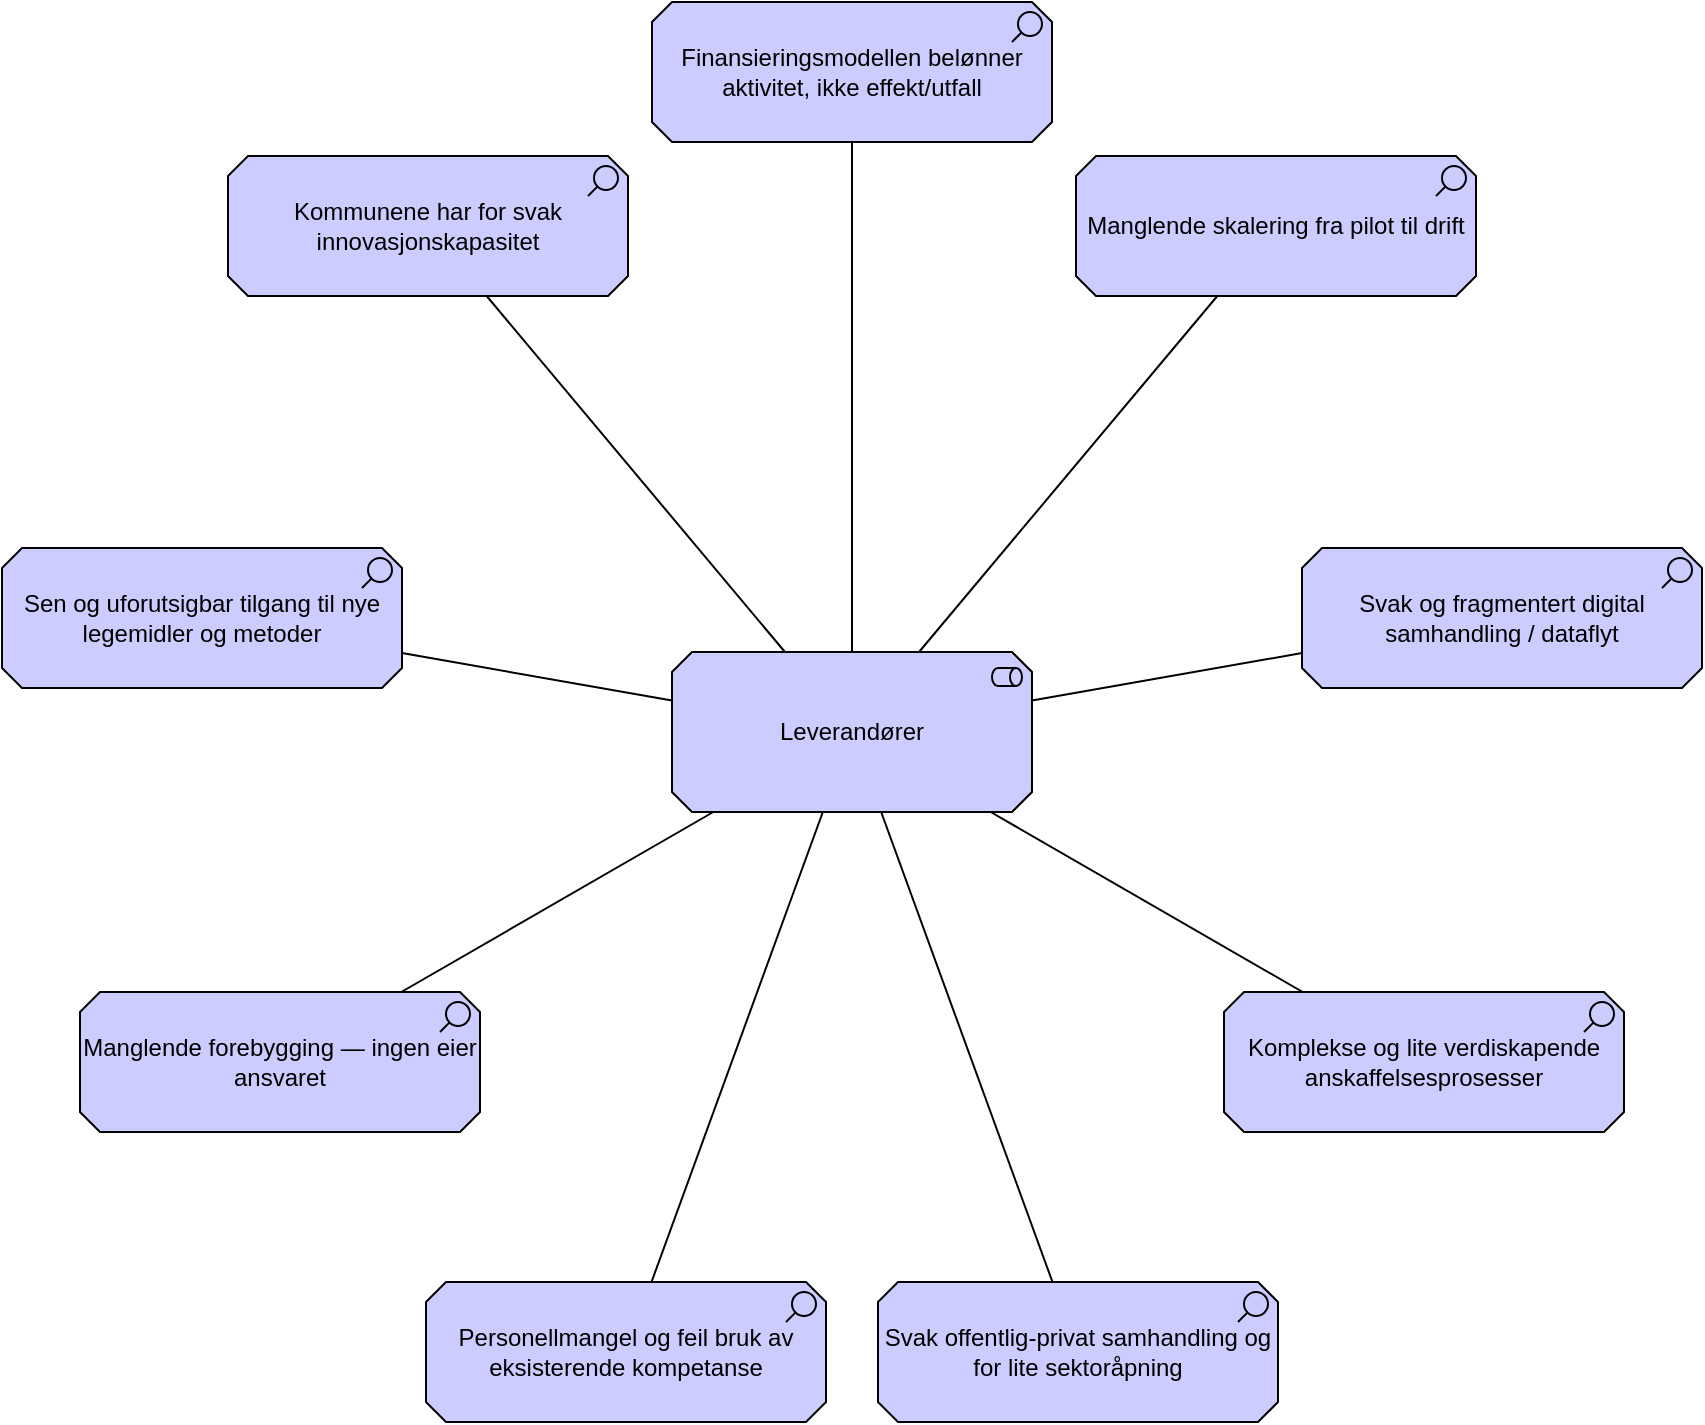
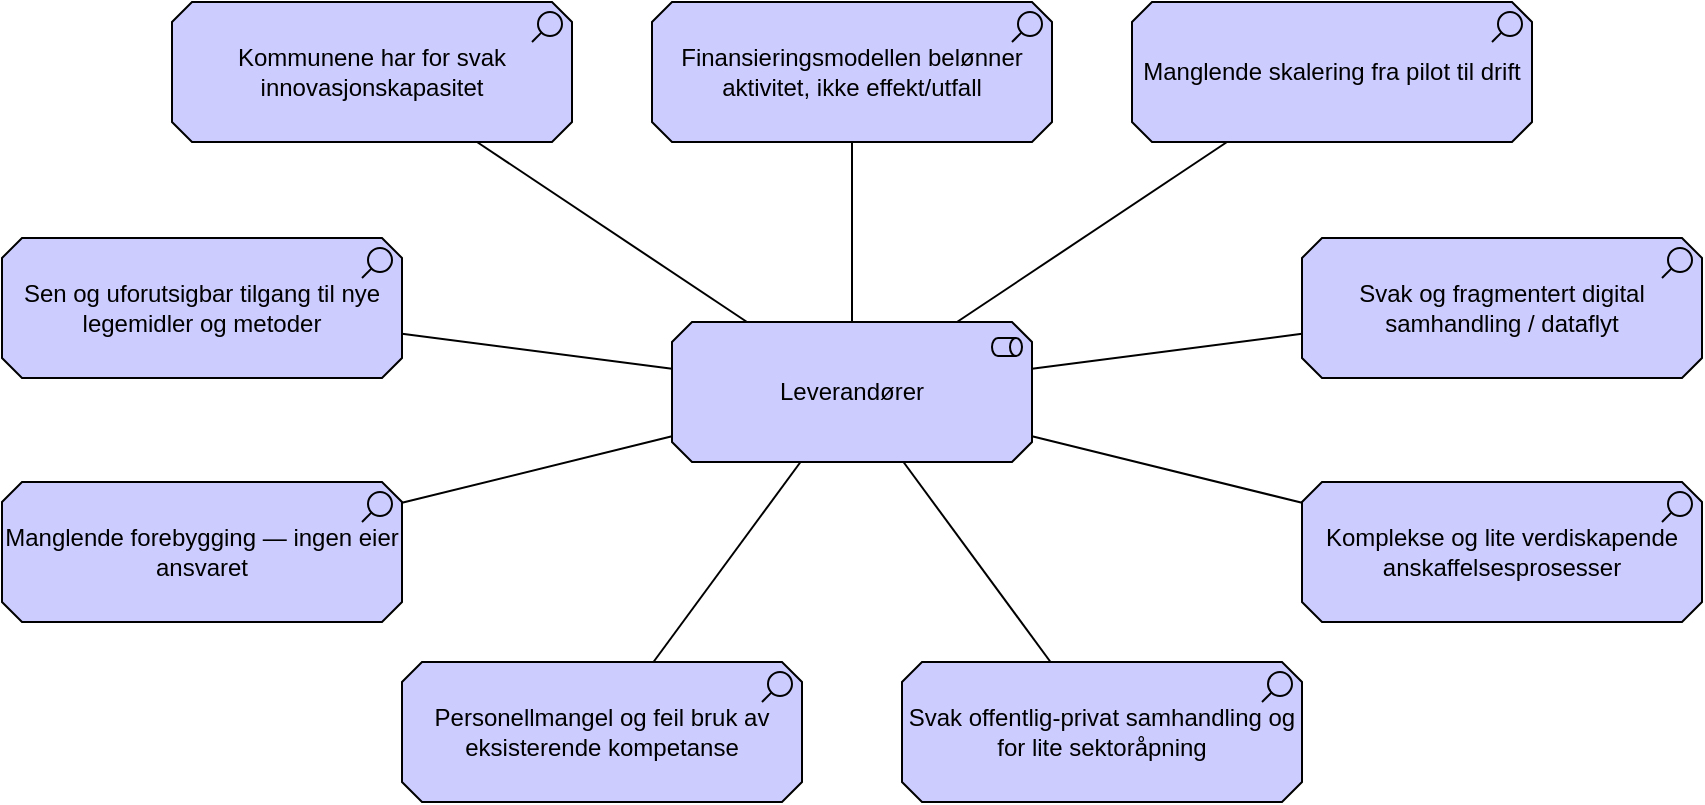
<mxfile host="65bd71144e">
    <diagram id="leverandor-barrierer" name="leverandør-gjenganger">
-         <mxGraphModel dx="1536" dy="851" grid="1" gridSize="10" guides="1" tooltips="1" connect="1" arrows="1" fold="1" page="1" pageScale="1" pageWidth="1100" pageHeight="800" math="0" shadow="0">
+         <mxGraphModel grid="1" page="1" gridSize="10" guides="1" tooltips="1" connect="1" arrows="1" fold="1" pageScale="1" pageWidth="1100" pageHeight="800" math="0" shadow="0">
            <root>
                <mxCell id="0"/>
                <mxCell id="1" parent="0"/>
                <mxCell id="2" value="Leverandører" style="html=1;outlineConnect=0;whiteSpace=wrap;fillColor=#CCCCFF;shape=mxgraph.archimate3.application;appType=role;archiType=oct;" parent="1" vertex="1">
-                     <mxGeometry x="510" y="360" width="180" height="80" as="geometry"/>
+                     <mxGeometry x="510" y="350" width="180" height="70" as="geometry"/>
                </mxCell>
                <mxCell id="3" value="Finansieringsmodellen belønner aktivitet, ikke effekt/utfall" style="html=1;outlineConnect=0;whiteSpace=wrap;fillColor=#CCCCFF;shape=mxgraph.archimate3.application;appType=assess;archiType=oct;" parent="1" vertex="1">
-                     <mxGeometry x="500" y="35" width="200" height="70" as="geometry"/>
+                     <mxGeometry x="500" y="190" width="200" height="70" as="geometry"/>
                </mxCell>
                <mxCell id="4" value="Manglende skalering fra pilot til drift" style="html=1;outlineConnect=0;whiteSpace=wrap;fillColor=#CCCCFF;shape=mxgraph.archimate3.application;appType=assess;archiType=oct;" parent="1" vertex="1">
-                     <mxGeometry x="712" y="112" width="200" height="70" as="geometry"/>
+                     <mxGeometry x="740" y="190" width="200" height="70" as="geometry"/>
                </mxCell>
                <mxCell id="5" value="Svak og fragmentert digital samhandling / dataflyt" style="html=1;outlineConnect=0;whiteSpace=wrap;fillColor=#CCCCFF;shape=mxgraph.archimate3.application;appType=assess;archiType=oct;" parent="1" vertex="1">
                    <mxGeometry x="825" y="308" width="200" height="70" as="geometry"/>
                </mxCell>
                <mxCell id="6" value="Komplekse og lite verdiskapende anskaffelsesprosesser" style="html=1;outlineConnect=0;whiteSpace=wrap;fillColor=#CCCCFF;shape=mxgraph.archimate3.application;appType=assess;archiType=oct;" parent="1" vertex="1">
-                     <mxGeometry x="786" y="530" width="200" height="70" as="geometry"/>
+                     <mxGeometry x="825" y="430" width="200" height="70" as="geometry"/>
                </mxCell>
                <mxCell id="7" value="Svak offentlig-privat samhandling og for lite sektoråpning" style="html=1;outlineConnect=0;whiteSpace=wrap;fillColor=#CCCCFF;shape=mxgraph.archimate3.application;appType=assess;archiType=oct;" parent="1" vertex="1">
-                     <mxGeometry x="613" y="675" width="200" height="70" as="geometry"/>
+                     <mxGeometry x="625" y="520" width="200" height="70" as="geometry"/>
                </mxCell>
                <mxCell id="8" value="Personellmangel og feil bruk av eksisterende kompetanse" style="html=1;outlineConnect=0;whiteSpace=wrap;fillColor=#CCCCFF;shape=mxgraph.archimate3.application;appType=assess;archiType=oct;" parent="1" vertex="1">
-                     <mxGeometry x="387" y="675" width="200" height="70" as="geometry"/>
+                     <mxGeometry x="375" y="520" width="200" height="70" as="geometry"/>
                </mxCell>
                <mxCell id="9" value="Manglende forebygging — ingen eier ansvaret" style="html=1;outlineConnect=0;whiteSpace=wrap;fillColor=#CCCCFF;shape=mxgraph.archimate3.application;appType=assess;archiType=oct;" parent="1" vertex="1">
-                     <mxGeometry x="214" y="530" width="200" height="70" as="geometry"/>
+                     <mxGeometry x="175" y="430" width="200" height="70" as="geometry"/>
                </mxCell>
                <mxCell id="10" value="Sen og uforutsigbar tilgang til nye legemidler og metoder" style="html=1;outlineConnect=0;whiteSpace=wrap;fillColor=#CCCCFF;shape=mxgraph.archimate3.application;appType=assess;archiType=oct;" parent="1" vertex="1">
                    <mxGeometry x="175" y="308" width="200" height="70" as="geometry"/>
                </mxCell>
                <mxCell id="11" value="Kommunene har for svak innovasjonskapasitet" style="html=1;outlineConnect=0;whiteSpace=wrap;fillColor=#CCCCFF;shape=mxgraph.archimate3.application;appType=assess;archiType=oct;" parent="1" vertex="1">
-                     <mxGeometry x="288" y="112" width="200" height="70" as="geometry"/>
+                     <mxGeometry x="260" y="190" width="200" height="70" as="geometry"/>
                </mxCell>
                <mxCell id="12" value="" style="html=1;endArrow=none;" parent="1" source="2" target="3" edge="1">
                    <mxGeometry relative="1" as="geometry"/>
                </mxCell>
                <mxCell id="13" value="" style="html=1;endArrow=none;" parent="1" source="2" target="4" edge="1">
                    <mxGeometry relative="1" as="geometry"/>
                </mxCell>
                <mxCell id="14" value="" style="html=1;endArrow=none;" parent="1" source="2" target="5" edge="1">
                    <mxGeometry relative="1" as="geometry"/>
                </mxCell>
                <mxCell id="15" value="" style="html=1;endArrow=none;" parent="1" source="2" target="6" edge="1">
                    <mxGeometry relative="1" as="geometry"/>
                </mxCell>
                <mxCell id="16" value="" style="html=1;endArrow=none;" parent="1" source="2" target="7" edge="1">
                    <mxGeometry relative="1" as="geometry"/>
                </mxCell>
                <mxCell id="17" value="" style="html=1;endArrow=none;" parent="1" source="2" target="8" edge="1">
                    <mxGeometry relative="1" as="geometry"/>
                </mxCell>
                <mxCell id="18" value="" style="html=1;endArrow=none;" parent="1" source="2" target="9" edge="1">
                    <mxGeometry relative="1" as="geometry"/>
                </mxCell>
                <mxCell id="19" value="" style="html=1;endArrow=none;" parent="1" source="2" target="10" edge="1">
                    <mxGeometry relative="1" as="geometry"/>
                </mxCell>
                <mxCell id="20" value="" style="html=1;endArrow=none;" parent="1" source="2" target="11" edge="1">
                    <mxGeometry relative="1" as="geometry"/>
                </mxCell>
            </root>
        </mxGraphModel>
    </diagram>
    <diagram id="kommuner-barrierer" name="kommuner-gjenganger">
-         <mxGraphModel dx="1536" dy="851" grid="1" gridSize="10" guides="1" tooltips="1" connect="1" arrows="1" fold="1" page="1" pageScale="1" pageWidth="1100" pageHeight="800" math="0" shadow="0">
+         <mxGraphModel grid="1" page="1" gridSize="10" guides="1" tooltips="1" connect="1" arrows="1" fold="1" pageScale="1" pageWidth="1100" pageHeight="800" math="0" shadow="0">
            <root>
                <mxCell id="100"/>
                <mxCell id="101" parent="100"/>
                <mxCell id="OusQQ-hifo5NWcBRG3Js-120" value="Kommuner" style="html=1;outlineConnect=0;whiteSpace=wrap;fillColor=#CCCCFF;shape=mxgraph.archimate3.application;appType=role;archiType=oct;align=center;verticalAlign=middle;" vertex="1" parent="101">
                    <mxGeometry x="450" y="325" width="180" height="70" as="geometry"/>
                </mxCell>
                <mxCell id="OusQQ-hifo5NWcBRG3Js-121" value="Manglende digital samhandling og fragmentert IKT-infrastruktur" style="html=1;outlineConnect=0;whiteSpace=wrap;fillColor=#CCCCFF;shape=mxgraph.archimate3.application;appType=assess;archiType=oct;align=center;verticalAlign=middle;" vertex="1" parent="101">
                    <mxGeometry x="330" y="130" width="180" height="70" as="geometry"/>
                </mxCell>
                <mxCell id="OusQQ-hifo5NWcBRG3Js-122" value="Svak og asymmetrisk samhandling mellom kommuner og spesialisthelsetjenesten" style="html=1;outlineConnect=0;whiteSpace=wrap;fillColor=#CCCCFF;shape=mxgraph.archimate3.application;appType=assess;archiType=oct;align=center;verticalAlign=middle;" vertex="1" parent="101">
                    <mxGeometry x="690" y="220" width="180" height="70" as="geometry"/>
                </mxCell>
                <mxCell id="OusQQ-hifo5NWcBRG3Js-123" value="Finansieringsmodellen skaper gale insentiver mellom nivåene" style="html=1;outlineConnect=0;whiteSpace=wrap;fillColor=#CCCCFF;shape=mxgraph.archimate3.application;appType=assess;archiType=oct;align=center;verticalAlign=middle;" vertex="1" parent="101">
                    <mxGeometry x="690" y="325" width="180" height="70" as="geometry"/>
                </mxCell>
                <mxCell id="OusQQ-hifo5NWcBRG3Js-124" value="Oppgaveglidning fra spesialist til kommuner uten tilstrekkelig finansiering" style="html=1;outlineConnect=0;whiteSpace=wrap;fillColor=#CCCCFF;shape=mxgraph.archimate3.application;appType=assess;archiType=oct;align=center;verticalAlign=middle;" vertex="1" parent="101">
                    <mxGeometry x="690" y="430" width="180" height="70" as="geometry"/>
                </mxCell>
                <mxCell id="OusQQ-hifo5NWcBRG3Js-125" value="Ulikhet i tjenestetilbudet basert på geografi og kommunestørrelse" style="html=1;outlineConnect=0;whiteSpace=wrap;fillColor=#CCCCFF;shape=mxgraph.archimate3.application;appType=assess;archiType=oct;align=center;verticalAlign=middle;" vertex="1" parent="101">
                    <mxGeometry x="450" y="460" width="180" height="70" as="geometry"/>
                </mxCell>
                <mxCell id="OusQQ-hifo5NWcBRG3Js-126" value="Svak beredskapskapasitet i normaldrift" style="html=1;outlineConnect=0;whiteSpace=wrap;fillColor=#CCCCFF;shape=mxgraph.archimate3.application;appType=assess;archiType=oct;align=center;verticalAlign=middle;" vertex="1" parent="101">
                    <mxGeometry x="180" y="430" width="180" height="70" as="geometry"/>
                </mxCell>
                <mxCell id="OusQQ-hifo5NWcBRG3Js-127" value="Helsefellesskapene fungerer for dårlig" style="html=1;outlineConnect=0;whiteSpace=wrap;fillColor=#CCCCFF;shape=mxgraph.archimate3.application;appType=assess;archiType=oct;align=center;verticalAlign=middle;" vertex="1" parent="101">
                    <mxGeometry x="180" y="325" width="180" height="70" as="geometry"/>
                </mxCell>
                <mxCell id="OusQQ-hifo5NWcBRG3Js-128" value="Juridisk rammeverk hemmer samhandling" style="html=1;outlineConnect=0;whiteSpace=wrap;fillColor=#CCCCFF;shape=mxgraph.archimate3.application;appType=assess;archiType=oct;align=center;verticalAlign=middle;" vertex="1" parent="101">
                    <mxGeometry x="180" y="220" width="180" height="70" as="geometry"/>
                </mxCell>
                <mxCell id="OusQQ-hifo5NWcBRG3Js-129" value="Mangel på helsepersonell og kompetanse – særlig i distriktene" style="html=1;outlineConnect=0;whiteSpace=wrap;fillColor=#CCCCFF;shape=mxgraph.archimate3.application;appType=assess;archiType=oct;align=center;verticalAlign=middle;" vertex="1" parent="101">
                    <mxGeometry x="550" y="130" width="190" height="70" as="geometry"/>
                </mxCell>
                <mxCell id="OusQQ-hifo5NWcBRG3Js-130" value="" style="html=1;endArrow=none;" edge="1" parent="101" source="OusQQ-hifo5NWcBRG3Js-120" target="OusQQ-hifo5NWcBRG3Js-121">
                    <mxGeometry relative="1" as="geometry"/>
                </mxCell>
                <mxCell id="OusQQ-hifo5NWcBRG3Js-131" value="" style="html=1;endArrow=none;" edge="1" parent="101" source="OusQQ-hifo5NWcBRG3Js-120" target="OusQQ-hifo5NWcBRG3Js-122">
                    <mxGeometry relative="1" as="geometry"/>
                </mxCell>
                <mxCell id="OusQQ-hifo5NWcBRG3Js-132" value="" style="html=1;endArrow=none;" edge="1" parent="101" source="OusQQ-hifo5NWcBRG3Js-120" target="OusQQ-hifo5NWcBRG3Js-123">
                    <mxGeometry relative="1" as="geometry"/>
                </mxCell>
                <mxCell id="OusQQ-hifo5NWcBRG3Js-133" value="" style="html=1;endArrow=none;" edge="1" parent="101" source="OusQQ-hifo5NWcBRG3Js-120" target="OusQQ-hifo5NWcBRG3Js-124">
                    <mxGeometry relative="1" as="geometry"/>
                </mxCell>
                <mxCell id="OusQQ-hifo5NWcBRG3Js-134" value="" style="html=1;endArrow=none;" edge="1" parent="101" source="OusQQ-hifo5NWcBRG3Js-120" target="OusQQ-hifo5NWcBRG3Js-125">
                    <mxGeometry relative="1" as="geometry"/>
                </mxCell>
                <mxCell id="OusQQ-hifo5NWcBRG3Js-135" value="" style="html=1;endArrow=none;" edge="1" parent="101" source="OusQQ-hifo5NWcBRG3Js-120" target="OusQQ-hifo5NWcBRG3Js-126">
                    <mxGeometry relative="1" as="geometry"/>
                </mxCell>
                <mxCell id="OusQQ-hifo5NWcBRG3Js-136" value="" style="html=1;endArrow=none;" edge="1" parent="101" source="OusQQ-hifo5NWcBRG3Js-120" target="OusQQ-hifo5NWcBRG3Js-127">
                    <mxGeometry relative="1" as="geometry"/>
                </mxCell>
                <mxCell id="OusQQ-hifo5NWcBRG3Js-137" value="" style="html=1;endArrow=none;" edge="1" parent="101" source="OusQQ-hifo5NWcBRG3Js-120" target="OusQQ-hifo5NWcBRG3Js-128">
                    <mxGeometry relative="1" as="geometry"/>
                </mxCell>
                <mxCell id="OusQQ-hifo5NWcBRG3Js-138" value="" style="html=1;endArrow=none;" edge="1" parent="101" source="OusQQ-hifo5NWcBRG3Js-120" target="OusQQ-hifo5NWcBRG3Js-129">
                    <mxGeometry relative="1" as="geometry"/>
                </mxCell>
            </root>
        </mxGraphModel>
    </diagram>
    <diagram id="uniforsk-barrierer" name="universitet og forskning-gjenganger">
-         <mxGraphModel dx="1536" dy="851" grid="1" gridSize="10" guides="1" tooltips="1" connect="1" arrows="1" fold="1" page="1" pageScale="1" pageWidth="1100" pageHeight="800" math="0" shadow="0">
+         <mxGraphModel grid="1" page="1" gridSize="10" guides="1" tooltips="1" connect="1" arrows="1" fold="1" pageScale="1" pageWidth="1100" pageHeight="800" math="0" shadow="0">
            <root>
                <mxCell id="200"/>
                <mxCell id="201" parent="200"/>
-                 <mxCell id="Xsk4Kj1dD1geC4APUOeO-218" value="Kommuner" style="html=1;outlineConnect=0;whiteSpace=wrap;fillColor=#CCCCFF;shape=mxgraph.archimate3.application;appType=role;archiType=oct;align=center;verticalAlign=middle;" vertex="1" parent="201">
+                 <mxCell id="Xsk4Kj1dD1geC4APUOeO-218" value="Universitet og forsknings institusjoner" style="html=1;outlineConnect=0;whiteSpace=wrap;fillColor=#CCCCFF;shape=mxgraph.archimate3.application;appType=role;archiType=oct;align=center;verticalAlign=middle;" vertex="1" parent="201">
                    <mxGeometry x="450" y="325" width="180" height="70" as="geometry"/>
                </mxCell>
                <mxCell id="Xsk4Kj1dD1geC4APUOeO-219" value="Manglende digital samhandling og fragmentert IKT-infrastruktur" style="html=1;outlineConnect=0;whiteSpace=wrap;fillColor=#CCCCFF;shape=mxgraph.archimate3.application;appType=assess;archiType=oct;align=center;verticalAlign=middle;" vertex="1" parent="201">
                    <mxGeometry x="330" y="130" width="180" height="70" as="geometry"/>
                </mxCell>
                <mxCell id="Xsk4Kj1dD1geC4APUOeO-220" value="Svak og asymmetrisk samhandling mellom kommuner og spesialisthelsetjenesten" style="html=1;outlineConnect=0;whiteSpace=wrap;fillColor=#CCCCFF;shape=mxgraph.archimate3.application;appType=assess;archiType=oct;align=center;verticalAlign=middle;" vertex="1" parent="201">
                    <mxGeometry x="690" y="220" width="180" height="70" as="geometry"/>
                </mxCell>
                <mxCell id="Xsk4Kj1dD1geC4APUOeO-221" value="Finansieringsmodellen skaper gale insentiver mellom nivåene" style="html=1;outlineConnect=0;whiteSpace=wrap;fillColor=#CCCCFF;shape=mxgraph.archimate3.application;appType=assess;archiType=oct;align=center;verticalAlign=middle;" vertex="1" parent="201">
                    <mxGeometry x="690" y="325" width="180" height="70" as="geometry"/>
                </mxCell>
                <mxCell id="Xsk4Kj1dD1geC4APUOeO-222" value="Oppgaveglidning fra spesialist til kommuner uten tilstrekkelig finansiering" style="html=1;outlineConnect=0;whiteSpace=wrap;fillColor=#CCCCFF;shape=mxgraph.archimate3.application;appType=assess;archiType=oct;align=center;verticalAlign=middle;" vertex="1" parent="201">
                    <mxGeometry x="690" y="430" width="180" height="70" as="geometry"/>
                </mxCell>
                <mxCell id="Xsk4Kj1dD1geC4APUOeO-223" value="Ulikhet i tjenestetilbudet basert på geografi og kommunestørrelse" style="html=1;outlineConnect=0;whiteSpace=wrap;fillColor=#CCCCFF;shape=mxgraph.archimate3.application;appType=assess;archiType=oct;align=center;verticalAlign=middle;" vertex="1" parent="201">
                    <mxGeometry x="450" y="460" width="180" height="70" as="geometry"/>
                </mxCell>
                <mxCell id="Xsk4Kj1dD1geC4APUOeO-224" value="Svak beredskapskapasitet i normaldrift" style="html=1;outlineConnect=0;whiteSpace=wrap;fillColor=#CCCCFF;shape=mxgraph.archimate3.application;appType=assess;archiType=oct;align=center;verticalAlign=middle;" vertex="1" parent="201">
                    <mxGeometry x="180" y="430" width="180" height="70" as="geometry"/>
                </mxCell>
                <mxCell id="Xsk4Kj1dD1geC4APUOeO-225" value="Helsefellesskapene fungerer for dårlig" style="html=1;outlineConnect=0;whiteSpace=wrap;fillColor=#CCCCFF;shape=mxgraph.archimate3.application;appType=assess;archiType=oct;align=center;verticalAlign=middle;" vertex="1" parent="201">
                    <mxGeometry x="180" y="325" width="180" height="70" as="geometry"/>
                </mxCell>
                <mxCell id="Xsk4Kj1dD1geC4APUOeO-226" value="Juridisk rammeverk hemmer samhandling" style="html=1;outlineConnect=0;whiteSpace=wrap;fillColor=#CCCCFF;shape=mxgraph.archimate3.application;appType=assess;archiType=oct;align=center;verticalAlign=middle;" vertex="1" parent="201">
                    <mxGeometry x="180" y="220" width="180" height="70" as="geometry"/>
                </mxCell>
                <mxCell id="Xsk4Kj1dD1geC4APUOeO-227" value="Mangel på helsepersonell og kompetanse – særlig i distriktene" style="html=1;outlineConnect=0;whiteSpace=wrap;fillColor=#CCCCFF;shape=mxgraph.archimate3.application;appType=assess;archiType=oct;align=center;verticalAlign=middle;" vertex="1" parent="201">
                    <mxGeometry x="550" y="130" width="190" height="70" as="geometry"/>
                </mxCell>
                <mxCell id="Xsk4Kj1dD1geC4APUOeO-228" value="" style="html=1;endArrow=none;" edge="1" parent="201" source="Xsk4Kj1dD1geC4APUOeO-218" target="Xsk4Kj1dD1geC4APUOeO-219">
                    <mxGeometry relative="1" as="geometry"/>
                </mxCell>
                <mxCell id="Xsk4Kj1dD1geC4APUOeO-229" value="" style="html=1;endArrow=none;" edge="1" parent="201" source="Xsk4Kj1dD1geC4APUOeO-218" target="Xsk4Kj1dD1geC4APUOeO-220">
                    <mxGeometry relative="1" as="geometry"/>
                </mxCell>
                <mxCell id="Xsk4Kj1dD1geC4APUOeO-230" value="" style="html=1;endArrow=none;" edge="1" parent="201" source="Xsk4Kj1dD1geC4APUOeO-218" target="Xsk4Kj1dD1geC4APUOeO-221">
                    <mxGeometry relative="1" as="geometry"/>
                </mxCell>
                <mxCell id="Xsk4Kj1dD1geC4APUOeO-231" value="" style="html=1;endArrow=none;" edge="1" parent="201" source="Xsk4Kj1dD1geC4APUOeO-218" target="Xsk4Kj1dD1geC4APUOeO-222">
                    <mxGeometry relative="1" as="geometry"/>
                </mxCell>
                <mxCell id="Xsk4Kj1dD1geC4APUOeO-232" value="" style="html=1;endArrow=none;" edge="1" parent="201" source="Xsk4Kj1dD1geC4APUOeO-218" target="Xsk4Kj1dD1geC4APUOeO-223">
                    <mxGeometry relative="1" as="geometry"/>
                </mxCell>
                <mxCell id="Xsk4Kj1dD1geC4APUOeO-233" value="" style="html=1;endArrow=none;" edge="1" parent="201" source="Xsk4Kj1dD1geC4APUOeO-218" target="Xsk4Kj1dD1geC4APUOeO-224">
                    <mxGeometry relative="1" as="geometry"/>
                </mxCell>
                <mxCell id="Xsk4Kj1dD1geC4APUOeO-234" value="" style="html=1;endArrow=none;" edge="1" parent="201" source="Xsk4Kj1dD1geC4APUOeO-218" target="Xsk4Kj1dD1geC4APUOeO-225">
                    <mxGeometry relative="1" as="geometry"/>
                </mxCell>
                <mxCell id="Xsk4Kj1dD1geC4APUOeO-235" value="" style="html=1;endArrow=none;" edge="1" parent="201" source="Xsk4Kj1dD1geC4APUOeO-218" target="Xsk4Kj1dD1geC4APUOeO-226">
                    <mxGeometry relative="1" as="geometry"/>
                </mxCell>
                <mxCell id="Xsk4Kj1dD1geC4APUOeO-236" value="" style="html=1;endArrow=none;" edge="1" parent="201" source="Xsk4Kj1dD1geC4APUOeO-218" target="Xsk4Kj1dD1geC4APUOeO-227">
                    <mxGeometry relative="1" as="geometry"/>
                </mxCell>
            </root>
        </mxGraphModel>
    </diagram>
    <diagram id="virksomheter-barrierer" name="virksomheter i helsesektoren-gjenganger">
-         <mxGraphModel dx="1536" dy="851" grid="1" gridSize="10" guides="1" tooltips="1" connect="1" arrows="1" fold="1" page="1" pageScale="1" pageWidth="1100" pageHeight="800" math="0" shadow="0">
+         <mxGraphModel grid="1" page="1" gridSize="10" guides="1" tooltips="1" connect="1" arrows="1" fold="1" pageScale="1" pageWidth="1100" pageHeight="800" math="0" shadow="0">
            <root>
                <mxCell id="300"/>
                <mxCell id="301" parent="300"/>
                <mxCell id="axi5HDaw5EZZvpXIEcWr-322" value="Virksomheter i helsesektoren" style="html=1;outlineConnect=0;whiteSpace=wrap;fillColor=#CCCCFF;shape=mxgraph.archimate3.application;appType=role;archiType=oct;align=center;verticalAlign=middle;" vertex="1" parent="301">
                    <mxGeometry x="340" y="290" width="180" height="70" as="geometry"/>
                </mxCell>
                <mxCell id="axi5HDaw5EZZvpXIEcWr-323" value="Ideelle aktørers rammebetingelser: priskonkurranser og korte kontrakter" style="html=1;outlineConnect=0;whiteSpace=wrap;fillColor=#CCCCFF;shape=mxgraph.archimate3.application;appType=assess;archiType=oct;align=center;verticalAlign=middle;" vertex="1" parent="301">
                    <mxGeometry x="340" y="130" width="180" height="70" as="geometry"/>
                </mxCell>
                <mxCell id="axi5HDaw5EZZvpXIEcWr-324" value="Fragmenterte pasientforløp og svak samhandling mellom nivåer" style="html=1;outlineConnect=0;whiteSpace=wrap;fillColor=#CCCCFF;shape=mxgraph.archimate3.application;appType=assess;archiType=oct;align=center;verticalAlign=middle;" vertex="1" parent="301">
                    <mxGeometry x="550" y="130" width="180" height="70" as="geometry"/>
                </mxCell>
                <mxCell id="axi5HDaw5EZZvpXIEcWr-325" value="TSB og psykisk helsevern underfinansiert og nedprioritert" style="html=1;outlineConnect=0;whiteSpace=wrap;fillColor=#CCCCFF;shape=mxgraph.archimate3.application;appType=assess;archiType=oct;align=center;verticalAlign=middle;" vertex="1" parent="301">
                    <mxGeometry x="640" y="345" width="180" height="70" as="geometry"/>
                </mxCell>
                <mxCell id="axi5HDaw5EZZvpXIEcWr-326" value="Manglende digital samhandling og fragmenterte IT-systemer" style="html=1;outlineConnect=0;whiteSpace=wrap;fillColor=#CCCCFF;shape=mxgraph.archimate3.application;appType=assess;archiType=oct;align=center;verticalAlign=middle;" vertex="1" parent="301">
                    <mxGeometry x="640" y="230" width="180" height="70" as="geometry"/>
                </mxCell>
                <mxCell id="axi5HDaw5EZZvpXIEcWr-327" value="Geografisk ulikhet i tjenestetilbud" style="html=1;outlineConnect=0;whiteSpace=wrap;fillColor=#CCCCFF;shape=mxgraph.archimate3.application;appType=assess;archiType=oct;align=center;verticalAlign=middle;" vertex="1" parent="301">
                    <mxGeometry x="340" y="450" width="180" height="70" as="geometry"/>
                </mxCell>
                <mxCell id="axi5HDaw5EZZvpXIEcWr-328" value="Rehabilitering nedprioritert i helsetjenesten" style="html=1;outlineConnect=0;whiteSpace=wrap;fillColor=#CCCCFF;shape=mxgraph.archimate3.application;appType=assess;archiType=oct;align=center;verticalAlign=middle;" vertex="1" parent="301">
                    <mxGeometry x="60" y="345" width="180" height="70" as="geometry"/>
                </mxCell>
                <mxCell id="axi5HDaw5EZZvpXIEcWr-329" value="ISF fremmer ikke samhandling" style="html=1;outlineConnect=0;whiteSpace=wrap;fillColor=#CCCCFF;shape=mxgraph.archimate3.application;appType=assess;archiType=oct;align=center;verticalAlign=middle;" vertex="1" parent="301">
                    <mxGeometry x="60" y="230" width="180" height="70" as="geometry"/>
                </mxCell>
                <mxCell id="axi5HDaw5EZZvpXIEcWr-330" value="Rekrutteringsutfordringer og mangel på helsepersonell" style="html=1;outlineConnect=0;whiteSpace=wrap;fillColor=#CCCCFF;shape=mxgraph.archimate3.application;appType=assess;archiType=oct;align=center;verticalAlign=middle;" vertex="1" parent="301">
                    <mxGeometry x="130" y="130" width="180" height="70" as="geometry"/>
                </mxCell>
                <mxCell id="axi5HDaw5EZZvpXIEcWr-331" value="«The missing middle» – pasienter som faller mellom nivåer" style="html=1;outlineConnect=0;whiteSpace=wrap;fillColor=#CCCCFF;shape=mxgraph.archimate3.application;appType=assess;archiType=oct;align=center;verticalAlign=middle;" vertex="1" parent="301">
                    <mxGeometry x="130" y="450" width="180" height="70" as="geometry"/>
                </mxCell>
                <mxCell id="axi5HDaw5EZZvpXIEcWr-332" value="Uklart ansvar og manglende forpliktende strukturer i samhandlingen" style="html=1;outlineConnect=0;whiteSpace=wrap;fillColor=#CCCCFF;shape=mxgraph.archimate3.application;appType=assess;archiType=oct;align=center;verticalAlign=middle;" vertex="1" parent="301">
                    <mxGeometry x="550" y="450" width="180" height="70" as="geometry"/>
                </mxCell>
                <mxCell id="axi5HDaw5EZZvpXIEcWr-333" value="" style="html=1;endArrow=none;" edge="1" parent="301" source="axi5HDaw5EZZvpXIEcWr-322" target="axi5HDaw5EZZvpXIEcWr-323">
                    <mxGeometry relative="1" as="geometry"/>
                </mxCell>
                <mxCell id="axi5HDaw5EZZvpXIEcWr-334" value="" style="html=1;endArrow=none;" edge="1" parent="301" source="axi5HDaw5EZZvpXIEcWr-322" target="axi5HDaw5EZZvpXIEcWr-324">
                    <mxGeometry relative="1" as="geometry"/>
                </mxCell>
                <mxCell id="axi5HDaw5EZZvpXIEcWr-335" value="" style="html=1;endArrow=none;" edge="1" parent="301" source="axi5HDaw5EZZvpXIEcWr-322" target="axi5HDaw5EZZvpXIEcWr-325">
                    <mxGeometry relative="1" as="geometry"/>
                </mxCell>
                <mxCell id="axi5HDaw5EZZvpXIEcWr-336" value="" style="html=1;endArrow=none;" edge="1" parent="301" source="axi5HDaw5EZZvpXIEcWr-322" target="axi5HDaw5EZZvpXIEcWr-326">
                    <mxGeometry relative="1" as="geometry"/>
                </mxCell>
                <mxCell id="axi5HDaw5EZZvpXIEcWr-337" value="" style="html=1;endArrow=none;" edge="1" parent="301" source="axi5HDaw5EZZvpXIEcWr-322" target="axi5HDaw5EZZvpXIEcWr-327">
                    <mxGeometry relative="1" as="geometry"/>
                </mxCell>
                <mxCell id="axi5HDaw5EZZvpXIEcWr-338" value="" style="html=1;endArrow=none;" edge="1" parent="301" source="axi5HDaw5EZZvpXIEcWr-322" target="axi5HDaw5EZZvpXIEcWr-328">
                    <mxGeometry relative="1" as="geometry"/>
                </mxCell>
                <mxCell id="axi5HDaw5EZZvpXIEcWr-339" value="" style="html=1;endArrow=none;" edge="1" parent="301" source="axi5HDaw5EZZvpXIEcWr-322" target="axi5HDaw5EZZvpXIEcWr-329">
                    <mxGeometry relative="1" as="geometry"/>
                </mxCell>
                <mxCell id="axi5HDaw5EZZvpXIEcWr-340" value="" style="html=1;endArrow=none;" edge="1" parent="301" source="axi5HDaw5EZZvpXIEcWr-322" target="axi5HDaw5EZZvpXIEcWr-330">
                    <mxGeometry relative="1" as="geometry"/>
                </mxCell>
                <mxCell id="axi5HDaw5EZZvpXIEcWr-341" value="" style="html=1;endArrow=none;" edge="1" parent="301" source="axi5HDaw5EZZvpXIEcWr-322" target="axi5HDaw5EZZvpXIEcWr-331">
                    <mxGeometry relative="1" as="geometry"/>
                </mxCell>
                <mxCell id="axi5HDaw5EZZvpXIEcWr-342" value="" style="html=1;endArrow=none;" edge="1" parent="301" source="axi5HDaw5EZZvpXIEcWr-322" target="axi5HDaw5EZZvpXIEcWr-332">
                    <mxGeometry relative="1" as="geometry"/>
                </mxCell>
            </root>
        </mxGraphModel>
    </diagram>
    <diagram id="direktorater-barrierer" name="direktorater og kunnskapsorganer-gjenganger">
-         <mxGraphModel dx="1536" dy="851" grid="1" gridSize="10" guides="1" tooltips="1" connect="1" arrows="1" fold="1" page="1" pageScale="1" pageWidth="1100" pageHeight="800" math="0" shadow="0">
+         <mxGraphModel grid="1" page="1" gridSize="10" guides="1" tooltips="1" connect="1" arrows="1" fold="1" pageScale="1" pageWidth="1100" pageHeight="800" math="0" shadow="0">
            <root>
                <mxCell id="400"/>
                <mxCell id="401" parent="400"/>
                <mxCell id="402" value="Direktorater og kunnskapsorganer" style="html=1;outlineConnect=0;whiteSpace=wrap;fillColor=#CCCCFF;shape=mxgraph.archimate3.application;appType=role;archiType=oct;align=center;verticalAlign=middle;" parent="401" vertex="1">
                    <mxGeometry x="420" y="340" width="180" height="70" as="geometry"/>
                </mxCell>
                <mxCell id="403" value="Koordineringssvikt og fragmenterte pasientforløp mellom nivåer" style="html=1;outlineConnect=0;whiteSpace=wrap;fillColor=#CCCCFF;shape=mxgraph.archimate3.application;appType=assess;archiType=oct;align=center;verticalAlign=middle;" parent="401" vertex="1">
                    <mxGeometry x="650" y="340" width="180" height="70" as="geometry"/>
                </mxCell>
                <mxCell id="404" value="Finansieringssystemet fremmer ikke forebygging, ny teknologi eller samarbeid" style="html=1;outlineConnect=0;whiteSpace=wrap;fillColor=#CCCCFF;shape=mxgraph.archimate3.application;appType=assess;archiType=oct;align=center;verticalAlign=middle;" parent="401" vertex="1">
                    <mxGeometry x="420" y="230" width="180" height="70" as="geometry"/>
                </mxCell>
                <mxCell id="405" value="Mangel på kompetanse og uønsket variasjon i kommunehelsetjenesten" style="html=1;outlineConnect=0;whiteSpace=wrap;fillColor=#CCCCFF;shape=mxgraph.archimate3.application;appType=assess;archiType=oct;align=center;verticalAlign=middle;" parent="401" vertex="1">
                    <mxGeometry x="560" y="450" width="180" height="70" as="geometry"/>
                </mxCell>
                <mxCell id="406" value="Helsedata: fragmentert, utilgjengelig og underutnyttet" style="html=1;outlineConnect=0;whiteSpace=wrap;fillColor=#CCCCFF;shape=mxgraph.archimate3.application;appType=assess;archiType=oct;align=center;verticalAlign=middle;" parent="401" vertex="1">
                    <mxGeometry x="300" y="450" width="180" height="70" as="geometry"/>
                </mxCell>
                <mxCell id="407" value="Svake insentiver til forskning og innovasjon i primærhelsetjenesten" style="html=1;outlineConnect=0;whiteSpace=wrap;fillColor=#CCCCFF;shape=mxgraph.archimate3.application;appType=assess;archiType=oct;align=center;verticalAlign=middle;" parent="401" vertex="1">
                    <mxGeometry x="190" y="340" width="180" height="70" as="geometry"/>
                </mxCell>
                <mxCell id="408" value="" style="html=1;endArrow=none;" parent="401" source="402" target="403" edge="1">
                    <mxGeometry relative="1" as="geometry"/>
                </mxCell>
                <mxCell id="409" value="" style="html=1;endArrow=none;" parent="401" source="402" target="404" edge="1">
                    <mxGeometry relative="1" as="geometry"/>
                </mxCell>
                <mxCell id="410" value="" style="html=1;endArrow=none;" parent="401" source="402" target="405" edge="1">
                    <mxGeometry relative="1" as="geometry"/>
                </mxCell>
                <mxCell id="411" value="" style="html=1;endArrow=none;" parent="401" source="402" target="406" edge="1">
                    <mxGeometry relative="1" as="geometry"/>
                </mxCell>
                <mxCell id="412" value="" style="html=1;endArrow=none;" parent="401" source="402" target="407" edge="1">
                    <mxGeometry relative="1" as="geometry"/>
                </mxCell>
            </root>
        </mxGraphModel>
    </diagram>
    <diagram id="ideelle-barrierer" name="ideelle organisasjoner-gjenganger">
-         <mxGraphModel dx="1536" dy="851" grid="1" gridSize="10" guides="1" tooltips="1" connect="1" arrows="1" fold="1" page="1" pageScale="1" pageWidth="1300" pageHeight="980" math="0" shadow="0">
+         <mxGraphModel grid="1" page="1" gridSize="10" guides="1" tooltips="1" connect="1" arrows="1" fold="1" pageScale="1" pageWidth="1300" pageHeight="980" math="0" shadow="0">
            <root>
                <mxCell id="500"/>
                <mxCell id="501" parent="500"/>
                <mxCell id="502" value="Ideelle organisasjoner" style="html=1;outlineConnect=0;whiteSpace=wrap;fillColor=#CCCCFF;shape=mxgraph.archimate3.application;appType=role;archiType=oct;align=center;verticalAlign=middle;" parent="501" vertex="1">
                    <mxGeometry x="420" y="440" width="180" height="70" as="geometry"/>
                </mxCell>
                <mxCell id="503" value="Fragmenterte pasientforløp og svak samhandling mellom tjenestenivåer" style="html=1;outlineConnect=0;whiteSpace=wrap;fillColor=#CCCCFF;shape=mxgraph.archimate3.application;appType=assess;archiType=oct;align=center;verticalAlign=middle;" parent="501" vertex="1">
                    <mxGeometry x="420" y="270" width="180" height="70" as="geometry"/>
                </mxCell>
                <mxCell id="504" value="Rehabilitering og habilitering nedprioritert og underfinansiert" style="html=1;outlineConnect=0;whiteSpace=wrap;fillColor=#CCCCFF;shape=mxgraph.archimate3.application;appType=assess;archiType=oct;align=center;verticalAlign=middle;" parent="501" vertex="1">
                    <mxGeometry x="650" y="520" width="180" height="70" as="geometry"/>
                </mxCell>
                <mxCell id="505" value="Psykisk helse og rus nedprioritert – foretaksmodellen virker mot intensjonen" style="html=1;outlineConnect=0;whiteSpace=wrap;fillColor=#CCCCFF;shape=mxgraph.archimate3.application;appType=assess;archiType=oct;align=center;verticalAlign=middle;" parent="501" vertex="1">
                    <mxGeometry x="650" y="415" width="180" height="70" as="geometry"/>
                </mxCell>
                <mxCell id="506" value="Overgang barn–voksen helsetjeneste svikter" style="html=1;outlineConnect=0;whiteSpace=wrap;fillColor=#CCCCFF;shape=mxgraph.archimate3.application;appType=assess;archiType=oct;align=center;verticalAlign=middle;" parent="501" vertex="1">
                    <mxGeometry x="550" y="620" width="180" height="70" as="geometry"/>
                </mxCell>
                <mxCell id="507" value="Geografisk ulikhet i tjenestetilbud" style="html=1;outlineConnect=0;whiteSpace=wrap;fillColor=#CCCCFF;shape=mxgraph.archimate3.application;appType=assess;archiType=oct;align=center;verticalAlign=middle;" parent="501" vertex="1">
                    <mxGeometry x="320" y="620" width="180" height="70" as="geometry"/>
                </mxCell>
                <mxCell id="508" value="Finansiering fremmer ikke samhandling, forebygging eller koordinering" style="html=1;outlineConnect=0;whiteSpace=wrap;fillColor=#CCCCFF;shape=mxgraph.archimate3.application;appType=assess;archiType=oct;align=center;verticalAlign=middle;" parent="501" vertex="1">
                    <mxGeometry x="170" y="520" width="180" height="70" as="geometry"/>
                </mxCell>
                <mxCell id="509" value="Ideelle aktørers rammevilkår svekker kontinuitet og tjenestekvalitet" style="html=1;outlineConnect=0;whiteSpace=wrap;fillColor=#CCCCFF;shape=mxgraph.archimate3.application;appType=assess;archiType=oct;align=center;verticalAlign=middle;" parent="501" vertex="1">
                    <mxGeometry x="170" y="415" width="180" height="70" as="geometry"/>
                </mxCell>
                <mxCell id="510" value="Pårørende bærer usynlige kostnader systemet ikke anerkjenner" style="html=1;outlineConnect=0;whiteSpace=wrap;fillColor=#CCCCFF;shape=mxgraph.archimate3.application;appType=assess;archiType=oct;align=center;verticalAlign=middle;" parent="501" vertex="1">
                    <mxGeometry x="170" y="310" width="180" height="70" as="geometry"/>
                </mxCell>
                <mxCell id="511" value="Digital samhandling og informasjonsflyt svikter mellom nivåer" style="html=1;outlineConnect=0;whiteSpace=wrap;fillColor=#CCCCFF;shape=mxgraph.archimate3.application;appType=assess;archiType=oct;align=center;verticalAlign=middle;" parent="501" vertex="1">
                    <mxGeometry x="650" y="310" width="180" height="70" as="geometry"/>
                </mxCell>
                <mxCell id="512" value="" style="html=1;endArrow=none;" parent="501" source="502" target="503" edge="1">
                    <mxGeometry relative="1" as="geometry"/>
                </mxCell>
                <mxCell id="513" value="" style="html=1;endArrow=none;" parent="501" source="502" target="504" edge="1">
                    <mxGeometry relative="1" as="geometry"/>
                </mxCell>
                <mxCell id="514" value="" style="html=1;endArrow=none;" parent="501" source="502" target="505" edge="1">
                    <mxGeometry relative="1" as="geometry"/>
                </mxCell>
                <mxCell id="515" value="" style="html=1;endArrow=none;" parent="501" source="502" target="506" edge="1">
                    <mxGeometry relative="1" as="geometry"/>
                </mxCell>
                <mxCell id="516" value="" style="html=1;endArrow=none;" parent="501" source="502" target="507" edge="1">
                    <mxGeometry relative="1" as="geometry"/>
                </mxCell>
                <mxCell id="517" value="" style="html=1;endArrow=none;" parent="501" source="502" target="508" edge="1">
                    <mxGeometry relative="1" as="geometry"/>
                </mxCell>
                <mxCell id="518" value="" style="html=1;endArrow=none;" parent="501" source="502" target="509" edge="1">
                    <mxGeometry relative="1" as="geometry"/>
                </mxCell>
                <mxCell id="519" value="" style="html=1;endArrow=none;" parent="501" source="502" target="510" edge="1">
                    <mxGeometry relative="1" as="geometry"/>
                </mxCell>
                <mxCell id="520" value="" style="html=1;endArrow=none;" parent="501" source="502" target="511" edge="1">
                    <mxGeometry relative="1" as="geometry"/>
                </mxCell>
            </root>
        </mxGraphModel>
    </diagram>
    <diagram id="helsepersonell-barrierer" name="helsepersonell-gjenganger">
-         <mxGraphModel dx="1536" dy="851" grid="1" gridSize="10" guides="1" tooltips="1" connect="1" arrows="1" fold="1" page="1" pageScale="1" pageWidth="1200" pageHeight="940" math="0" shadow="0">
+         <mxGraphModel grid="1" page="1" gridSize="10" guides="1" tooltips="1" connect="1" arrows="1" fold="1" pageScale="1" pageWidth="1200" pageHeight="940" math="0" shadow="0">
            <root>
                <mxCell id="600"/>
                <mxCell id="601" parent="600"/>
                <mxCell id="602" value="Helsepersonell" style="html=1;outlineConnect=0;whiteSpace=wrap;fillColor=#CCCCFF;shape=mxgraph.archimate3.application;appType=role;archiType=oct;align=center;verticalAlign=middle;" parent="601" vertex="1">
                    <mxGeometry x="530" y="310" width="180" height="70" as="geometry"/>
                </mxCell>
                <mxCell id="603" value="Fragmenterte pasientforløp og svak samhandling mellom tjenestenivåene" style="html=1;outlineConnect=0;whiteSpace=wrap;fillColor=#CCCCFF;shape=mxgraph.archimate3.application;appType=assess;archiType=oct;align=center;verticalAlign=middle;" parent="601" vertex="1">
                    <mxGeometry x="640" y="130" width="180" height="70" as="geometry"/>
                </mxCell>
                <mxCell id="604" value="Forebygging og rehabilitering underfinansiert og nedprioritert" style="html=1;outlineConnect=0;whiteSpace=wrap;fillColor=#CCCCFF;shape=mxgraph.archimate3.application;appType=assess;archiType=oct;align=center;verticalAlign=middle;" parent="601" vertex="1">
                    <mxGeometry x="420" y="130" width="180" height="70" as="geometry"/>
                </mxCell>
                <mxCell id="605" value="Dårlige og fragmenterte IT-systemer og manglende digital samhandling" style="html=1;outlineConnect=0;whiteSpace=wrap;fillColor=#CCCCFF;shape=mxgraph.archimate3.application;appType=assess;archiType=oct;align=center;verticalAlign=middle;" parent="601" vertex="1">
                    <mxGeometry x="850" y="130" width="180" height="70" as="geometry"/>
                </mxCell>
                <mxCell id="606" value="Finansieringsmodellen belønner aktivitet fremfor utfall og kvalitet" style="html=1;outlineConnect=0;whiteSpace=wrap;fillColor=#CCCCFF;shape=mxgraph.archimate3.application;appType=assess;archiType=oct;align=center;verticalAlign=middle;" parent="601" vertex="1">
                    <mxGeometry x="850" y="250" width="180" height="70" as="geometry"/>
                </mxCell>
                <mxCell id="607" value="Underfinansiering og manglende investeringer" style="html=1;outlineConnect=0;whiteSpace=wrap;fillColor=#CCCCFF;shape=mxgraph.archimate3.application;appType=assess;archiType=oct;align=center;verticalAlign=middle;" parent="601" vertex="1">
                    <mxGeometry x="850" y="360" width="180" height="70" as="geometry"/>
                </mxCell>
                <mxCell id="608" value="Geografisk ulikhet i tjenestetilbud" style="html=1;outlineConnect=0;whiteSpace=wrap;fillColor=#CCCCFF;shape=mxgraph.archimate3.application;appType=assess;archiType=oct;align=center;verticalAlign=middle;" parent="601" vertex="1">
                    <mxGeometry x="760" y="470" width="180" height="70" as="geometry"/>
                </mxCell>
                <mxCell id="609" value="Mangel på personell og rekrutteringsutfordringer" style="html=1;outlineConnect=0;whiteSpace=wrap;fillColor=#CCCCFF;shape=mxgraph.archimate3.application;appType=assess;archiType=oct;align=center;verticalAlign=middle;" parent="601" vertex="1">
                    <mxGeometry x="200" y="130" width="180" height="70" as="geometry"/>
                </mxCell>
                <mxCell id="610" value="Mangel på nasjonale standarder, kvalitetssikring og registerdata" style="html=1;outlineConnect=0;whiteSpace=wrap;fillColor=#CCCCFF;shape=mxgraph.archimate3.application;appType=assess;archiType=oct;align=center;verticalAlign=middle;" parent="601" vertex="1">
                    <mxGeometry x="200" y="250" width="180" height="70" as="geometry"/>
                </mxCell>
                <mxCell id="611" value="Uklare grensesnitt og glidende oppgaveoverføring fra spesialist til primærhelsetjeneste" style="html=1;outlineConnect=0;whiteSpace=wrap;fillColor=#CCCCFF;shape=mxgraph.archimate3.application;appType=assess;archiType=oct;align=center;verticalAlign=middle;" parent="601" vertex="1">
                    <mxGeometry x="200" y="360" width="180" height="70" as="geometry"/>
                </mxCell>
                <mxCell id="612" value="Høyt arbeidspress, dokumentasjonskrav og administrativ belastning" style="html=1;outlineConnect=0;whiteSpace=wrap;fillColor=#CCCCFF;shape=mxgraph.archimate3.application;appType=assess;archiType=oct;align=center;verticalAlign=middle;" parent="601" vertex="1">
                    <mxGeometry x="290" y="470" width="180" height="70" as="geometry"/>
                </mxCell>
                <mxCell id="613" value="Nedbygging av psykiatrisk kapasitet og svikt i psykisk helsevern" style="html=1;outlineConnect=0;whiteSpace=wrap;fillColor=#CCCCFF;shape=mxgraph.archimate3.application;appType=assess;archiType=oct;align=center;verticalAlign=middle;" parent="601" vertex="1">
                    <mxGeometry x="530" y="470" width="180" height="70" as="geometry"/>
                </mxCell>
                <mxCell id="614" value="" style="html=1;endArrow=none;" parent="601" source="602" target="603" edge="1">
                    <mxGeometry relative="1" as="geometry"/>
                </mxCell>
                <mxCell id="615" value="" style="html=1;endArrow=none;" parent="601" source="602" target="604" edge="1">
                    <mxGeometry relative="1" as="geometry"/>
                </mxCell>
                <mxCell id="616" value="" style="html=1;endArrow=none;" parent="601" source="602" target="605" edge="1">
                    <mxGeometry relative="1" as="geometry"/>
                </mxCell>
                <mxCell id="617" value="" style="html=1;endArrow=none;" parent="601" source="602" target="606" edge="1">
                    <mxGeometry relative="1" as="geometry"/>
                </mxCell>
                <mxCell id="618" value="" style="html=1;endArrow=none;" parent="601" source="602" target="607" edge="1">
                    <mxGeometry relative="1" as="geometry"/>
                </mxCell>
                <mxCell id="619" value="" style="html=1;endArrow=none;" parent="601" source="602" target="608" edge="1">
                    <mxGeometry relative="1" as="geometry"/>
                </mxCell>
                <mxCell id="620" value="" style="html=1;endArrow=none;entryX=1;entryY=1;entryDx=-5;entryDy=-5;entryPerimeter=0;" parent="601" source="602" target="609" edge="1">
                    <mxGeometry relative="1" as="geometry"/>
                </mxCell>
                <mxCell id="621" value="" style="html=1;endArrow=none;" parent="601" source="602" target="610" edge="1">
                    <mxGeometry relative="1" as="geometry"/>
                </mxCell>
                <mxCell id="622" value="" style="html=1;endArrow=none;" parent="601" source="602" target="611" edge="1">
                    <mxGeometry relative="1" as="geometry"/>
                </mxCell>
                <mxCell id="623" value="" style="html=1;endArrow=none;" parent="601" source="602" target="612" edge="1">
                    <mxGeometry relative="1" as="geometry"/>
                </mxCell>
                <mxCell id="624" value="" style="html=1;endArrow=none;" parent="601" source="602" target="613" edge="1">
                    <mxGeometry relative="1" as="geometry"/>
                </mxCell>
            </root>
        </mxGraphModel>
    </diagram>
+     <diagram id="interessenter-barrierer" name="interessenter-gjenganger">
+         <mxGraphModel dx="1324" dy="851" grid="1" gridSize="10" guides="1" tooltips="1" connect="1" arrows="1" fold="1" page="1" pageScale="1" pageWidth="1100" pageHeight="800" math="0" shadow="0">
+             <root>
+                 <mxCell id="700"/>
+                 <mxCell id="701" parent="700"/>
+                 <mxCell id="702" value="Interessenter" style="html=1;outlineConnect=0;whiteSpace=wrap;fillColor=#CCCCFF;shape=mxgraph.archimate3.application;appType=role;archiType=oct;align=center;verticalAlign=middle;" parent="701" vertex="1">
+                     <mxGeometry x="460" y="320" width="180" height="70" as="geometry"/>
+                 </mxCell>
+                 <mxCell id="703" value="Fragmenterte pasientforløp og svak samhandling mellom tjenestenivåene" style="html=1;outlineConnect=0;whiteSpace=wrap;fillColor=#CCCCFF;shape=mxgraph.archimate3.application;appType=assess;archiType=oct;align=center;verticalAlign=middle;" parent="701" vertex="1">
+                     <mxGeometry x="90" y="120" width="220" height="90" as="geometry"/>
+                 </mxCell>
+                 <mxCell id="704" value="Digital fragmentering og manglende dataflyt" style="html=1;outlineConnect=0;whiteSpace=wrap;fillColor=#CCCCFF;shape=mxgraph.archimate3.application;appType=assess;archiType=oct;align=center;verticalAlign=middle;" parent="701" vertex="1">
+                     <mxGeometry x="340" y="120" width="220" height="90" as="geometry"/>
+                 </mxCell>
+                 <mxCell id="705" value="Finansierings- og insentivmodellene belønner aktivitet framfor effekt, samhandling og forebygging" style="html=1;outlineConnect=0;whiteSpace=wrap;fillColor=#CCCCFF;shape=mxgraph.archimate3.application;appType=assess;archiType=oct;align=center;verticalAlign=middle;" parent="701" vertex="1">
+                     <mxGeometry x="590" y="120" width="220" height="90" as="geometry"/>
+                 </mxCell>
+                 <mxCell id="706" value="Personellmangel, kompetansegap og feil bruk av eksisterende kompetanse" style="html=1;outlineConnect=0;whiteSpace=wrap;fillColor=#CCCCFF;shape=mxgraph.archimate3.application;appType=assess;archiType=oct;align=center;verticalAlign=middle;" parent="701" vertex="1">
+                     <mxGeometry x="840" y="120" width="220" height="90" as="geometry"/>
+                 </mxCell>
+                 <mxCell id="707" value="Geografisk ulikhet i tjenestetilbud og kapasitet" style="html=1;outlineConnect=0;whiteSpace=wrap;fillColor=#CCCCFF;shape=mxgraph.archimate3.application;appType=assess;archiType=oct;align=center;verticalAlign=middle;" parent="701" vertex="1">
+                     <mxGeometry x="90" y="520" width="220" height="90" as="geometry"/>
+                 </mxCell>
+                 <mxCell id="708" value="Underprioritering av rehabilitering, forebygging og psykisk helse" style="html=1;outlineConnect=0;whiteSpace=wrap;fillColor=#CCCCFF;shape=mxgraph.archimate3.application;appType=assess;archiType=oct;align=center;verticalAlign=middle;" parent="701" vertex="1">
+                     <mxGeometry x="340" y="520" width="220" height="90" as="geometry"/>
+                 </mxCell>
+                 <mxCell id="709" value="Uklare ansvars- og styringsstrukturer mellom nivåer og sektorer" style="html=1;outlineConnect=0;whiteSpace=wrap;fillColor=#CCCCFF;shape=mxgraph.archimate3.application;appType=assess;archiType=oct;align=center;verticalAlign=middle;" parent="701" vertex="1">
+                     <mxGeometry x="590" y="520" width="220" height="90" as="geometry"/>
+                 </mxCell>
+                 <mxCell id="710" value="Manglende nasjonale standarder, forskning og kvalitetsdata" style="html=1;outlineConnect=0;whiteSpace=wrap;fillColor=#CCCCFF;shape=mxgraph.archimate3.application;appType=assess;archiType=oct;align=center;verticalAlign=middle;" parent="701" vertex="1">
+                     <mxGeometry x="840" y="520" width="220" height="90" as="geometry"/>
+                 </mxCell>
+                 <mxCell id="711" value="" style="html=1;endArrow=none;" parent="701" source="702" target="703" edge="1">
+                     <mxGeometry relative="1" as="geometry"/>
+                 </mxCell>
+                 <mxCell id="712" value="" style="html=1;endArrow=none;" parent="701" source="702" target="704" edge="1">
+                     <mxGeometry relative="1" as="geometry"/>
+                 </mxCell>
+                 <mxCell id="713" value="" style="html=1;endArrow=none;" parent="701" source="702" target="705" edge="1">
+                     <mxGeometry relative="1" as="geometry"/>
+                 </mxCell>
+                 <mxCell id="714" value="" style="html=1;endArrow=none;" parent="701" source="702" target="706" edge="1">
+                     <mxGeometry relative="1" as="geometry"/>
+                 </mxCell>
+                 <mxCell id="715" value="" style="html=1;endArrow=none;" parent="701" source="702" target="707" edge="1">
+                     <mxGeometry relative="1" as="geometry"/>
+                 </mxCell>
+                 <mxCell id="716" value="" style="html=1;endArrow=none;" parent="701" source="702" target="708" edge="1">
+                     <mxGeometry relative="1" as="geometry"/>
+                 </mxCell>
+                 <mxCell id="717" value="" style="html=1;endArrow=none;" parent="701" source="702" target="709" edge="1">
+                     <mxGeometry relative="1" as="geometry"/>
+                 </mxCell>
+                 <mxCell id="718" value="" style="html=1;endArrow=none;" parent="701" source="702" target="710" edge="1">
+                     <mxGeometry relative="1" as="geometry"/>
+                 </mxCell>
+             </root>
+         </mxGraphModel>
+     </diagram>
</mxfile>